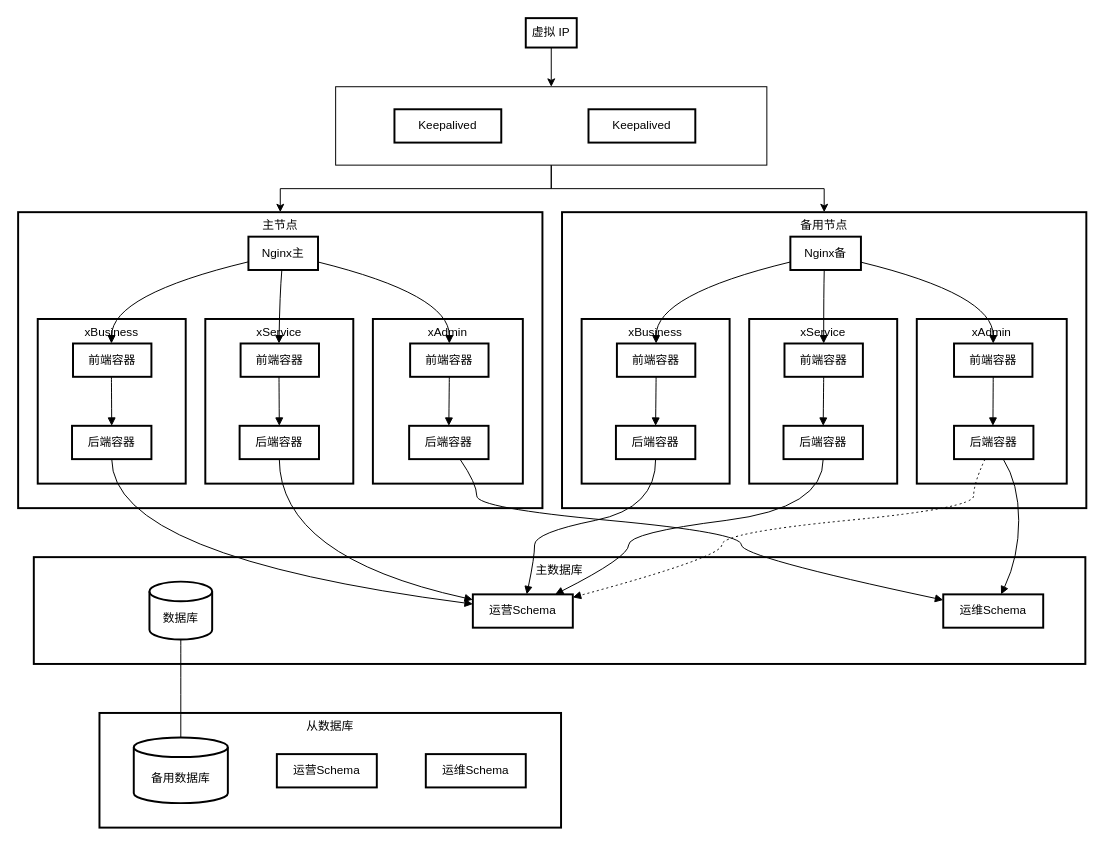
This is 未命名绘图.drawio from bachcuda/etltool, a draw.io file, before an edit. Source tidied: cells renumbered, new cells numbered last; positions are measured from the earlier drawing's top-left corner, leaving out a move shared by most shapes. Both pictures are drawn from the tidied source at 98%, with x=0, y=0 at pixel (18, 18).
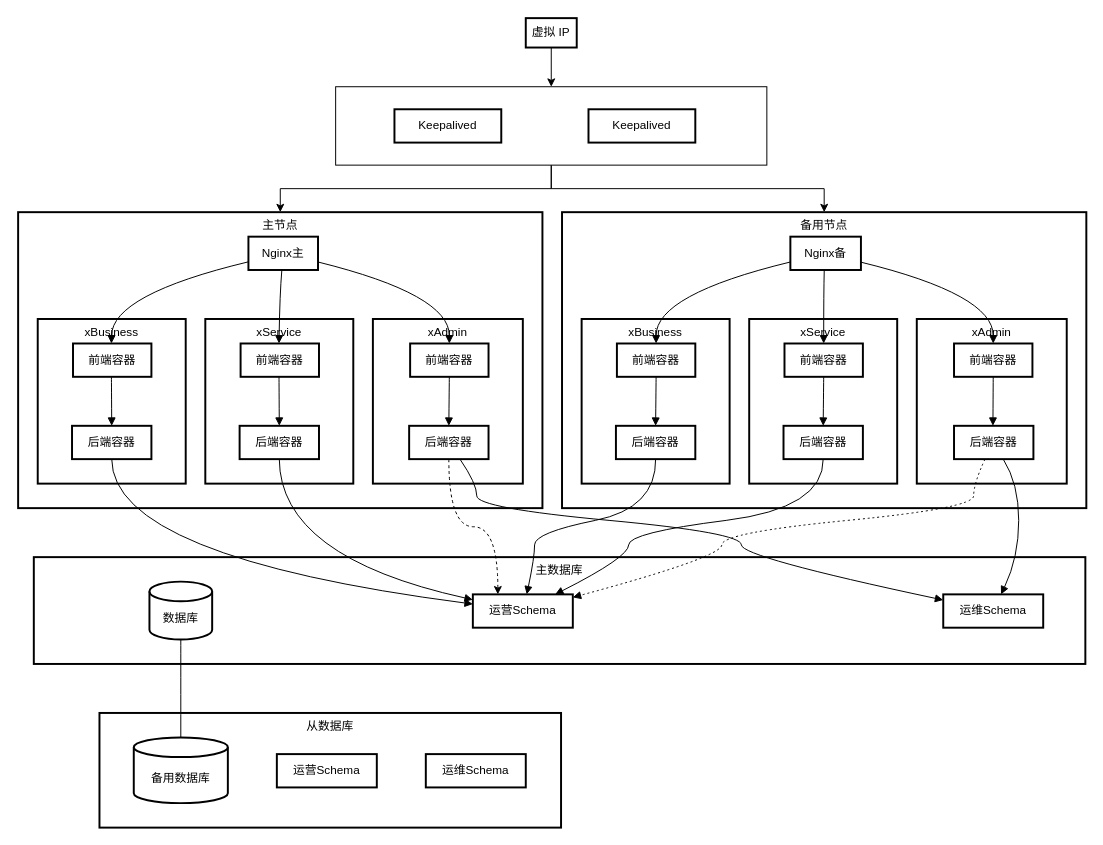
The same page after the edit.

Commit message (it also covers changes not shown here):
更新未命名绘图.drawio

The change refers to these unchanged cells:
```xml
<mxCell id="11" value="运营Schema" style="whiteSpace=wrap;strokeWidth=2;" parent="1" vertex="1">
  <mxGeometry x="464" y="588" width="102" height="34" as="geometry" />
</mxCell>
<mxCell id="30" value="后端容器" style="whiteSpace=wrap;strokeWidth=2;" parent="1" vertex="1">
  <mxGeometry x="399" y="416" width="81" height="34" as="geometry" />
</mxCell>
```

The edit, as a diff of the source:
```diff
@@
+    <mxCell id="59" style="edgeStyle=orthogonalEdgeStyle;rounded=0;jettySize=auto;html=1;entryX=0.25;entryY=0;entryDx=0;entryDy=0;elbow=vertical;curved=1;dashed=1;" parent="1" edge="1" source="30" target="11">
+      <mxGeometry relative="1" as="geometry" />
+    </mxCell>
```
